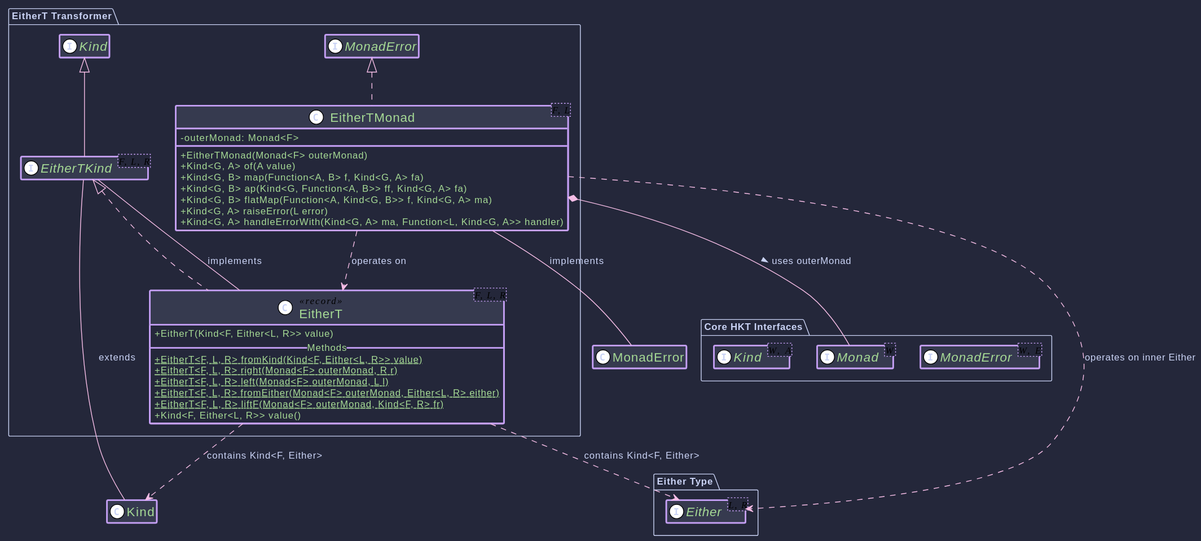
higher-kinded-j/higher-kinded-j keeps this PlantUML diagram as hkj-book/src/images/puml/eithert_transformer.svg. Above is the earlier version. The source it was exported from:
```plantuml
@startuml
!theme plain
!include https://raw.githubusercontent.com/ncosta-ic/catppuccin-macchiato-plantuml-theme/main/theme.puml
skinparam classAttributeIconSize 0
skinparam defaultFontName "Roboto, Helvetica"
hide empty members

package "Core HKT Interfaces" {
    interface Kind<W, A>
    interface Monad<W>
    interface MonadError<W, E>
}

package "Either Type" {
     interface Either<L, R>
}

package "EitherT Transformer" {
    interface EitherTKind<F, L, R> extends Kind<EitherTKind<F, L, ?>, R> {
    }

    class EitherT<F, L, R> <<record>> implements EitherTKind<F, L, R> {
        + EitherT(Kind<F, Either<L, R>> value)
        __ Methods __
        + {static} EitherT<F, L, R> fromKind(Kind<F, Either<L, R>> value)
        + {static} EitherT<F, L, R> right(Monad<F> outerMonad, R r)
        + {static} EitherT<F, L, R> left(Monad<F> outerMonad, L l)
        + {static} EitherT<F, L, R> fromEither(Monad<F> outerMonad, Either<L, R> either)
        + {static} EitherT<F, L, R> liftF(Monad<F> outerMonad, Kind<F, R> fr)
        + Kind<F, Either<L, R>> value()
    }

    class EitherTMonad<F, L> implements MonadError<EitherTKind<F, L, ?>, L> {
        - outerMonad: Monad<F>
        + EitherTMonad(Monad<F> outerMonad)
        + Kind<G, A> of(A value)
        + Kind<G, B> map(Function<A, B> f, Kind<G, A> fa)
        + Kind<G, B> ap(Kind<G, Function<A, B>> ff, Kind<G, A> fa)
        + Kind<G, B> flatMap(Function<A, Kind<G, B>> f, Kind<G, A> ma)
        + Kind<G, A> raiseError(L error)
        + Kind<G, A> handleErrorWith(Kind<G, A> ma, Function<L, Kind<G, A>> handler)
    }
}


EitherTKind -- Kind : extends
EitherT -- EitherTKind : implements
EitherTMonad -- MonadError : implements

EitherTMonad *-- Monad : uses outerMonad >
EitherT ..> Kind : contains Kind<F, Either>
EitherT ..> Either : contains Kind<F, Either>
EitherTMonad ..> EitherT : operates on
EitherTMonad ..> Either : operates on inner Either
@enduml
```
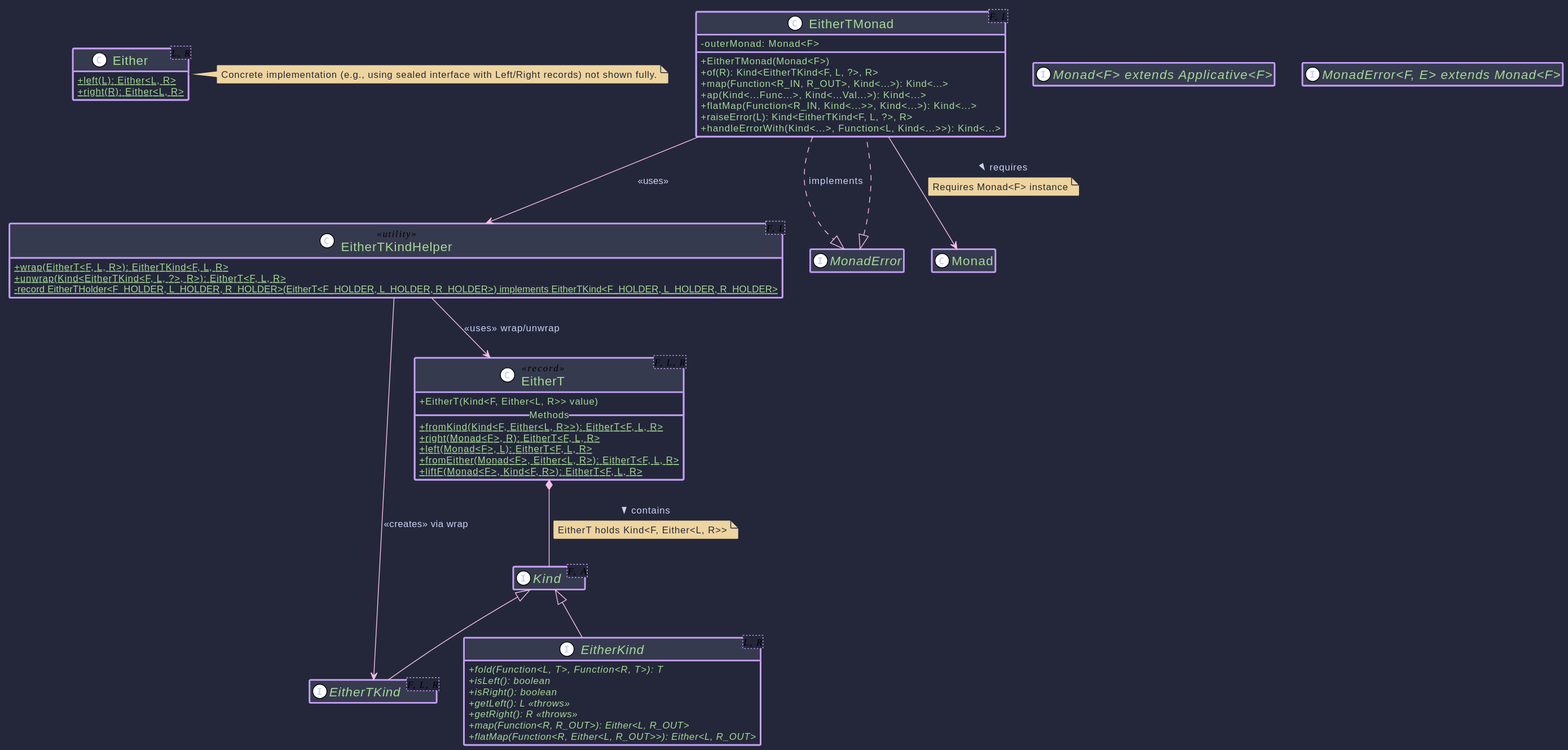
After the change.

What changed in the source:
```diff
@@ -5,51 +5,71 @@
 skinparam defaultFontName "Roboto, Helvetica"
 hide empty members
 
-package "Core HKT Interfaces" {
-    interface Kind<W, A>
-    interface Monad<W>
-    interface MonadError<W, E>
+interface Kind<F, A>
+
+interface "Monad<F> extends Applicative<F>"
+interface "MonadError<F, E> extends Monad<F>"
+
+interface EitherKind<L, R> extends Kind<EitherKind<L, ?>, R> {
+  + {abstract} fold(Function<L, T>, Function<R, T>): T
+  + {abstract} isLeft(): boolean
+  + {abstract} isRight(): boolean
+  + {abstract} getLeft(): L <<throws>>
+  + {abstract} getRight(): R <<throws>>
+  + {abstract} map(Function<R, R_OUT>): Either<L, R_OUT>
+  + {abstract} flatMap(Function<R, Either<L, R_OUT>>): Either<L, R_OUT>
+}
+class Either<L, R> {
+  + {static} left(L): Either<L, R>
+  + {static} right(R): Either<L, R>
+}
+note right of Either: Concrete implementation (e.g., using sealed interface with Left/Right records) not shown fully.
+
+
+interface EitherTKind<F, L, R> extends Kind<EitherTKind<F, L, ?>, R> {
 }
 
-package "Either Type" {
-     interface Either<L, R>
+class EitherT<F, L, R> <<record>> {
+  + EitherT(Kind<F, Either<L, R>> value)
+  __ Methods __
+  + {static} fromKind(Kind<F, Either<L, R>>): EitherT<F, L, R>
+  + {static} right(Monad<F>, R): EitherT<F, L, R>
+  + {static} left(Monad<F>, L): EitherT<F, L, R>
+  + {static} fromEither(Monad<F>, Either<L, R>): EitherT<F, L, R>
+  + {static} liftF(Monad<F>, Kind<F, R>): EitherT<F, L, R>
 }
 
-package "EitherT Transformer" {
-    interface EitherTKind<F, L, R> extends Kind<EitherTKind<F, L, ?>, R> {
-    }
+class EitherTKindHelper<F, L> <<utility>> {
+  + {static} wrap(EitherT<F, L, R>): EitherTKind<F, L, R>
+  + {static} unwrap(Kind<EitherTKind<F, L, ?>, R>): EitherT<F, L, R>
+  - {static} record EitherTHolder<F_HOLDER, L_HOLDER, R_HOLDER>(EitherT<F_HOLDER, L_HOLDER, R_HOLDER>) implements EitherTKind<F_HOLDER, L_HOLDER, R_HOLDER>
+}
 
-    class EitherT<F, L, R> <<record>> implements EitherTKind<F, L, R> {
-        + EitherT(Kind<F, Either<L, R>> value)
-        __ Methods __
-        + {static} EitherT<F, L, R> fromKind(Kind<F, Either<L, R>> value)
-        + {static} EitherT<F, L, R> right(Monad<F> outerMonad, R r)
-        + {static} EitherT<F, L, R> left(Monad<F> outerMonad, L l)
-        + {static} EitherT<F, L, R> fromEither(Monad<F> outerMonad, Either<L, R> either)
-        + {static} EitherT<F, L, R> liftF(Monad<F> outerMonad, Kind<F, R> fr)
-        + Kind<F, Either<L, R>> value()
-    }
-
-    class EitherTMonad<F, L> implements MonadError<EitherTKind<F, L, ?>, L> {
-        - outerMonad: Monad<F>
-        + EitherTMonad(Monad<F> outerMonad)
-        + Kind<G, A> of(A value)
-        + Kind<G, B> map(Function<A, B> f, Kind<G, A> fa)
-        + Kind<G, B> ap(Kind<G, Function<A, B>> ff, Kind<G, A> fa)
-        + Kind<G, B> flatMap(Function<A, Kind<G, B>> f, Kind<G, A> ma)
-        + Kind<G, A> raiseError(L error)
-        + Kind<G, A> handleErrorWith(Kind<G, A> ma, Function<L, Kind<G, A>> handler)
-    }
+class EitherTMonad<F, L> implements MonadError<EitherTKind<F, L, ?>, L> {
+  - outerMonad: Monad<F>
+  + EitherTMonad(Monad<F>)
+  + of(R): Kind<EitherTKind<F, L, ?>, R>
+  + map(Function<R_IN, R_OUT>, Kind<...>): Kind<...>
+  + ap(Kind<...Func...>, Kind<...Val...>): Kind<...>
+  + flatMap(Function<R_IN, Kind<...>>, Kind<...>): Kind<...>
+  + raiseError(L): Kind<EitherTKind<F, L, ?>, R>
+  + handleErrorWith(Kind<...>, Function<L, Kind<...>>): Kind<...>
 }
 
 
-EitherTKind -- Kind : extends
-EitherT -- EitherTKind : implements
-EitherTMonad -- MonadError : implements
+EitherT *-- Kind : contains >
+note on link: EitherT holds Kind<F, Either<L, R>>
 
-EitherTMonad *-- Monad : uses outerMonad >
-EitherT ..> Kind : contains Kind<F, Either>
-EitherT ..> Either : contains Kind<F, Either>
-EitherTMonad ..> EitherT : operates on
-EitherTMonad ..> Either : operates on inner Either
+EitherTKindHelper --> EitherT : <<uses>> wrap/unwrap
+EitherTKindHelper --> EitherTKind : <<creates>> via wrap
+
+EitherTKindHelper +-- EitherTKindHelper.EitherTHolder : internal record >
+EitherTKindHelper.EitherTHolder ..|> EitherTKind : implements
+EitherTKindHelper.EitherTHolder *-- EitherT : holds >
+
+EitherTMonad --> EitherTKindHelper : <<uses>>
+EitherTMonad --> Monad : requires >
+note on link: Requires Monad<F> instance
+
+EitherTMonad ..|> MonadError : implements
 @enduml
```
